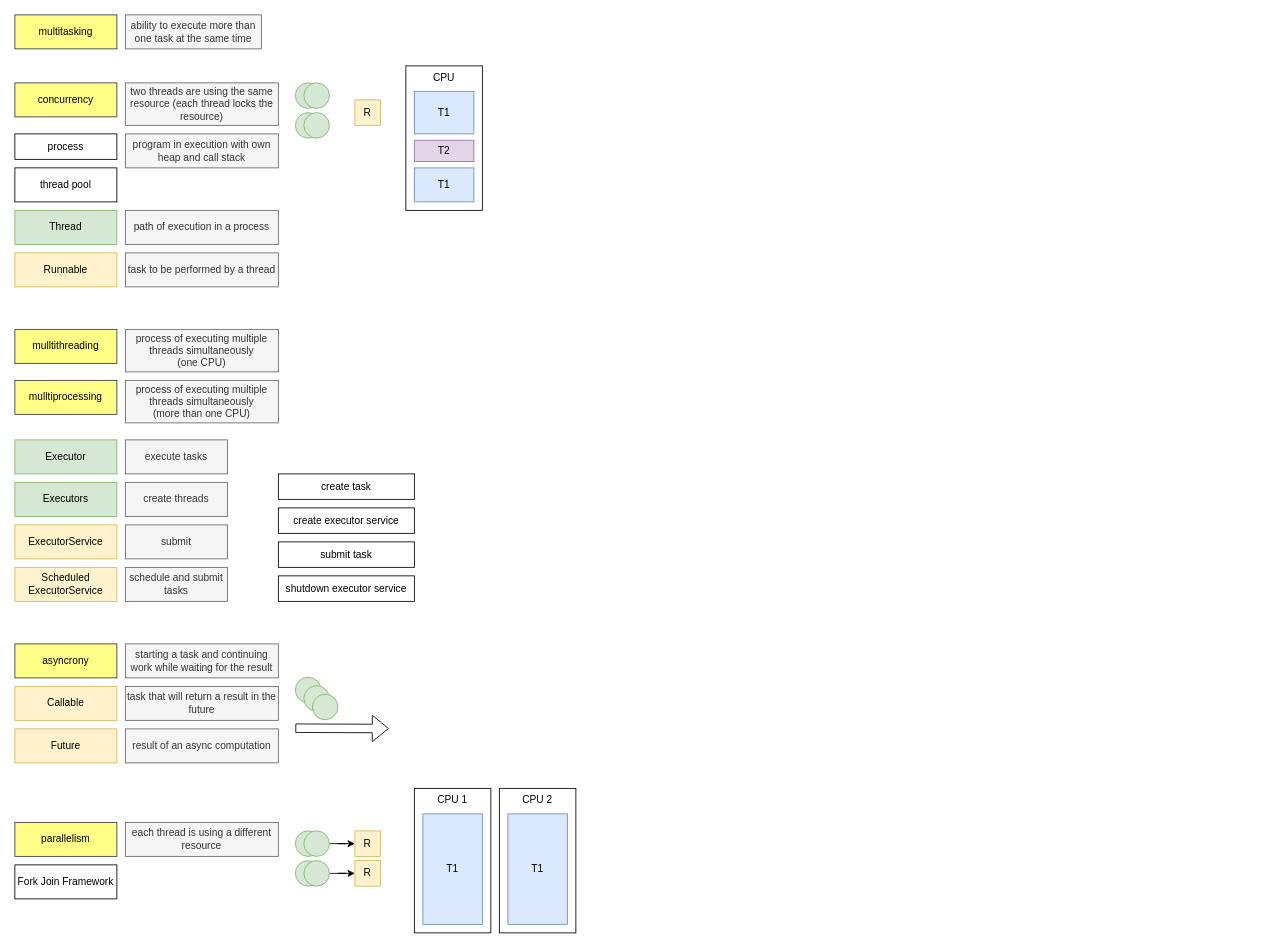
The draw.io diagram page "concurrency" (1 of 4) of UNSORTED/java/core/concurrency.drawio in cosminbucur/system-design, before the edit. Source tidied: cells renumbered, new cells numbered last; positions are measured from the earlier drawing's top-left corner, leaving out a move shared by most shapes. Both pictures are drawn from the tidied source at 85%, with x=0, y=0 at pixel (14, 14).
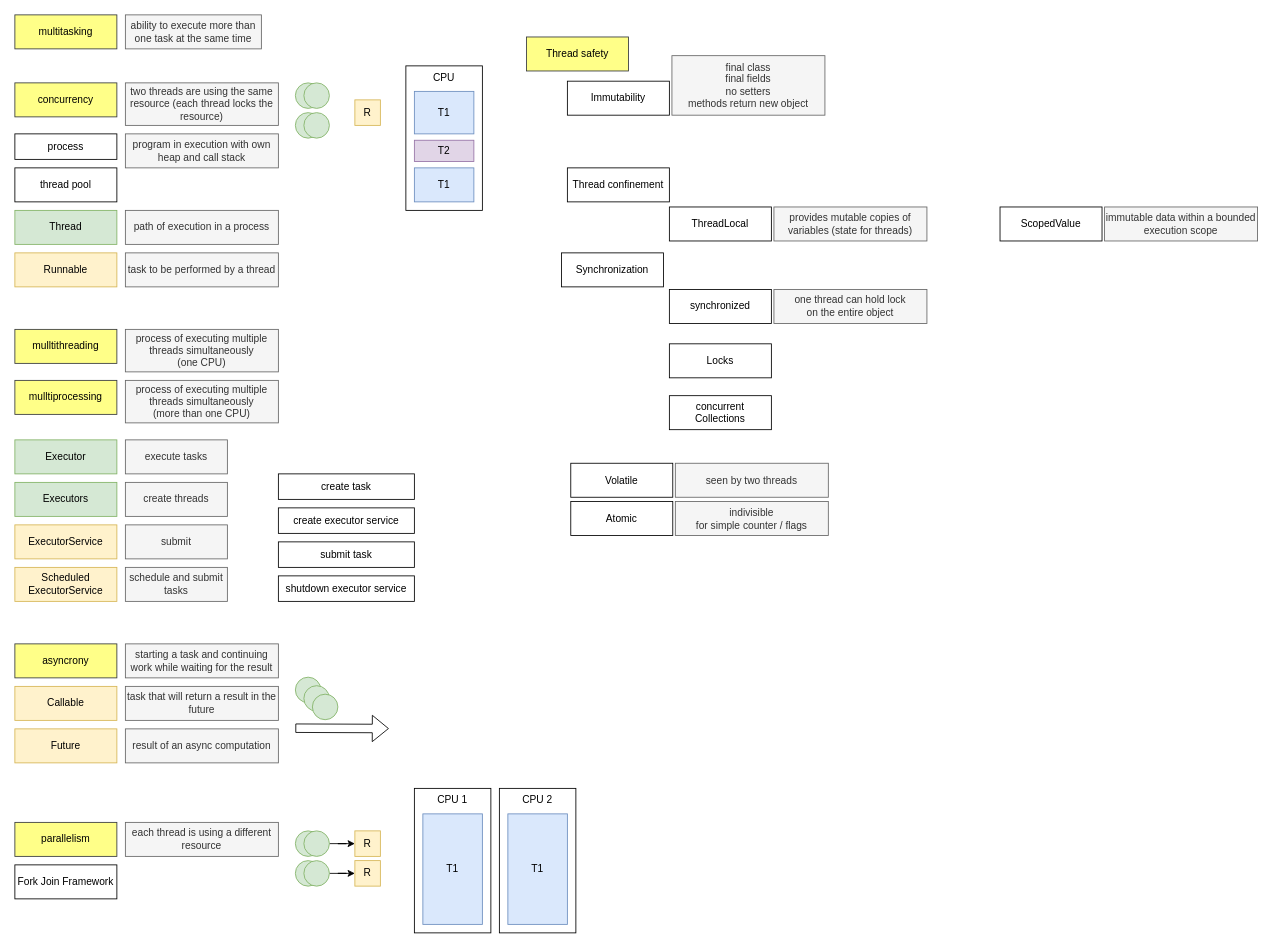
The same page after the edit.

What changed in the source:
```diff
@@
+    <mxCell id="63" value="synchronized" style="rounded=0;whiteSpace=wrap;html=1;" parent="1" vertex="1">
+      <mxGeometry x="770" y="323" width="120" height="40" as="geometry" />
+    </mxCell>
+    <mxCell id="64" value="one thread can hold lock&lt;div&gt;on the entire object&lt;/div&gt;" style="rounded=0;whiteSpace=wrap;html=1;fillColor=#f5f5f5;strokeColor=#666666;fontColor=#333333;" parent="1" vertex="1">
+      <mxGeometry x="893" y="323" width="180" height="40" as="geometry" />
+    </mxCell>
+    <mxCell id="65" value="Atomic" style="rounded=0;whiteSpace=wrap;html=1;" parent="1" vertex="1">
+      <mxGeometry x="654" y="572.5" width="120" height="40" as="geometry" />
+    </mxCell>
+    <mxCell id="66" value="Volatile" style="rounded=0;whiteSpace=wrap;html=1;" parent="1" vertex="1">
+      <mxGeometry x="654" y="527.5" width="120" height="40" as="geometry" />
+    </mxCell>
+    <mxCell id="67" value="seen by two threads" style="rounded=0;whiteSpace=wrap;html=1;fillColor=#f5f5f5;strokeColor=#666666;fontColor=#333333;" parent="1" vertex="1">
+      <mxGeometry x="777" y="527.5" width="180" height="40" as="geometry" />
+    </mxCell>
+    <mxCell id="68" value="&lt;div&gt;indivisible&lt;/div&gt;for simple counter / flags" style="rounded=0;whiteSpace=wrap;html=1;fillColor=#f5f5f5;strokeColor=#666666;fontColor=#333333;" parent="1" vertex="1">
+      <mxGeometry x="777" y="572.5" width="180" height="40" as="geometry" />
+    </mxCell>
+    <mxCell id="69" value="concurrent Collections" style="rounded=0;whiteSpace=wrap;html=1;" parent="1" vertex="1">
+      <mxGeometry x="770" y="448" width="120" height="40" as="geometry" />
+    </mxCell>
+    <mxCell id="70" value="Immutability" style="rounded=0;whiteSpace=wrap;html=1;" parent="1" vertex="1">
+      <mxGeometry x="650" y="78" width="120" height="40" as="geometry" />
+    </mxCell>
+    <mxCell id="71" value="final class&lt;div&gt;final fields&lt;/div&gt;&lt;div&gt;no setters&lt;/div&gt;&lt;div&gt;methods return new object&lt;/div&gt;" style="rounded=0;whiteSpace=wrap;html=1;fillColor=#f5f5f5;strokeColor=#666666;fontColor=#333333;" parent="1" vertex="1">
+      <mxGeometry x="773" y="48" width="180" height="70" as="geometry" />
+    </mxCell>
+    <mxCell id="72" value="Locks" style="rounded=0;whiteSpace=wrap;html=1;" parent="1" vertex="1">
+      <mxGeometry x="770" y="387" width="120" height="40" as="geometry" />
+    </mxCell>
+    <mxCell id="73" value="Thread safety" style="rounded=0;whiteSpace=wrap;html=1;fillColor=#ffff88;strokeColor=#36393d;" parent="1" vertex="1">
+      <mxGeometry x="602" y="26" width="120" height="40" as="geometry" />
+    </mxCell>
+    <mxCell id="74" value="ThreadLocal" style="rounded=0;whiteSpace=wrap;html=1;" parent="1" vertex="1">
+      <mxGeometry x="770" y="226" width="120" height="40" as="geometry" />
+    </mxCell>
+    <mxCell id="75" value="Thread confinement" style="rounded=0;whiteSpace=wrap;html=1;" parent="1" vertex="1">
+      <mxGeometry x="650" y="180" width="120" height="40" as="geometry" />
+    </mxCell>
+    <mxCell id="76" value="ScopedValue" style="rounded=0;whiteSpace=wrap;html=1;" parent="1" vertex="1">
+      <mxGeometry x="1159" y="226" width="120" height="40" as="geometry" />
+    </mxCell>
+    <mxCell id="77" value="Synchronization" style="rounded=0;whiteSpace=wrap;html=1;" parent="1" vertex="1">
+      <mxGeometry x="643" y="280" width="120" height="40" as="geometry" />
+    </mxCell>
+    <mxCell id="78" value="provides mutable copies of variables (state for threads)" style="rounded=0;whiteSpace=wrap;html=1;fillColor=#f5f5f5;strokeColor=#666666;fontColor=#333333;" parent="1" vertex="1">
+      <mxGeometry x="893" y="226" width="180" height="40" as="geometry" />
+    </mxCell>
+    <mxCell id="79" value="immutable data within a bounded execution scope" style="rounded=0;whiteSpace=wrap;html=1;fillColor=#f5f5f5;strokeColor=#666666;fontColor=#333333;" parent="1" vertex="1">
+      <mxGeometry x="1282" y="226" width="180" height="40" as="geometry" />
+    </mxCell>
```
